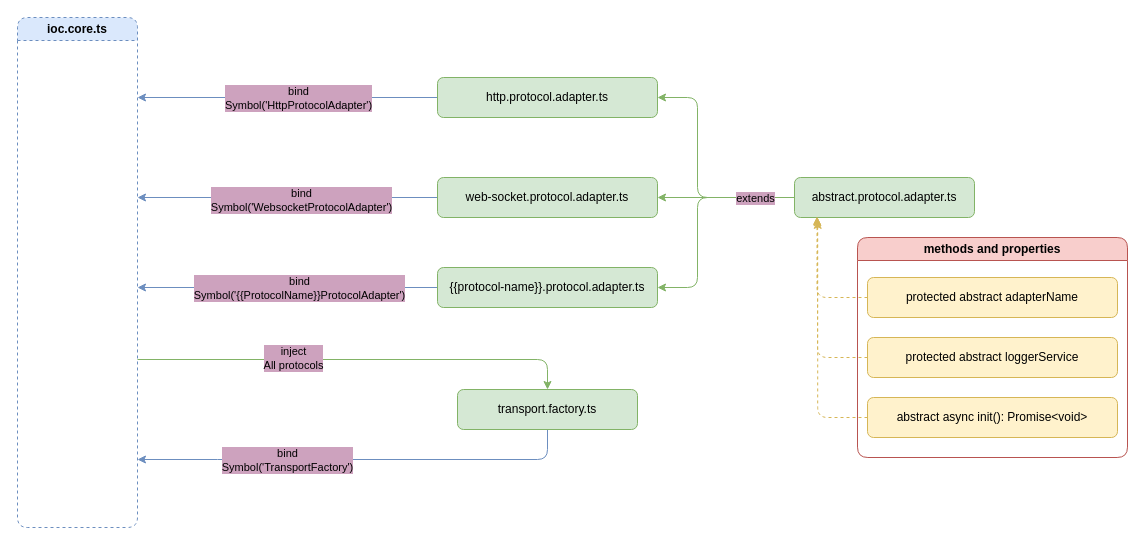
Before: documentation/server-platform/drawio/factories/transport.factory.drawio in Avelate/avelate-documentation, a draw.io diagram. Source tidied: cells renumbered, new cells numbered last; positions are measured from the earlier drawing's top-left corner, leaving out a move shared by most shapes. Both pictures are drawn from the tidied source at 100%, with x=0, y=0 at pixel (17, 17).
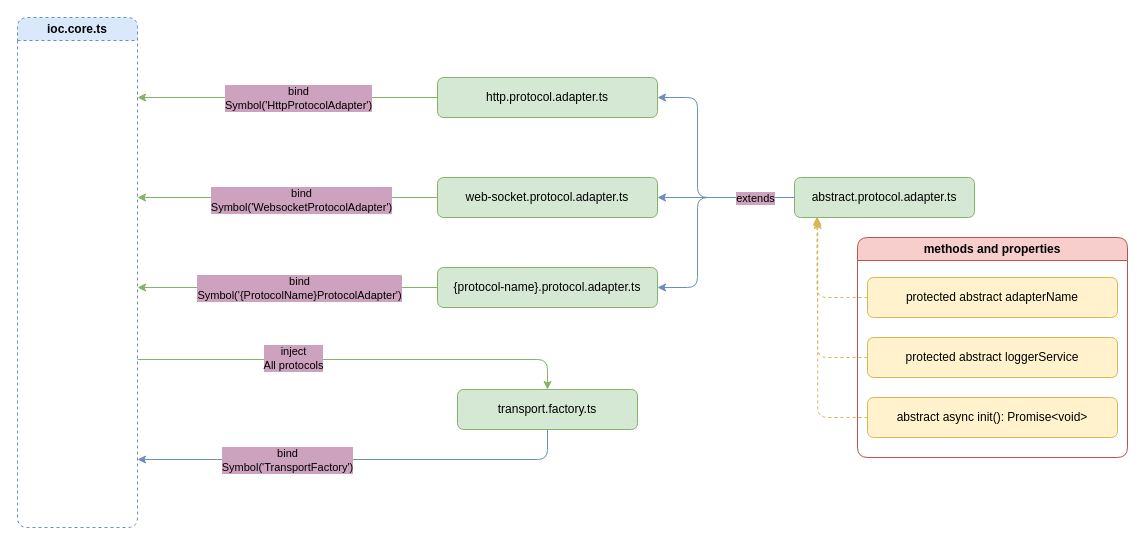
The same diagram, later.

Unchanged cells that the change refers to:
```xml
<mxCell id="5" value="http.protocol.adapter.ts" style="rounded=1;whiteSpace=wrap;html=1;fillColor=#d5e8d4;strokeColor=#82b366;" parent="1" vertex="1">
  <mxGeometry x="420" y="60" width="220" height="40" as="geometry" />
</mxCell>
<mxCell id="7" value="web-socket.protocol.adapter.ts" style="rounded=1;whiteSpace=wrap;html=1;fillColor=#d5e8d4;strokeColor=#82b366;" parent="1" vertex="1">
  <mxGeometry x="420" y="160" width="220" height="40" as="geometry" />
</mxCell>
<mxCell id="16" value="abstract.protocol.adapter.ts" style="rounded=1;whiteSpace=wrap;html=1;fillColor=#d5e8d4;strokeColor=#82b366;" parent="1" vertex="1">
  <mxGeometry x="777" y="160" width="180" height="40" as="geometry" />
</mxCell>
```

Diff of the diagram source:
```diff
@@
-    <mxCell id="3" style="edgeStyle=orthogonalEdgeStyle;rounded=0;jettySize=auto;html=1;fillColor=#dae8fc;strokeColor=#6c8ebf;" parent="1" edge="1" source="5">
+    <mxCell id="3" style="edgeStyle=orthogonalEdgeStyle;rounded=0;jettySize=auto;html=1;fillColor=#d5e8d4;strokeColor=#82b366;" parent="1" edge="1" source="5">
       <mxGeometry relative="1" as="geometry">
         <mxPoint x="120" y="80" as="targetPoint" />
       </mxGeometry>
     </mxCell>
@@
-    <mxCell id="6" style="edgeStyle=orthogonalEdgeStyle;rounded=0;jettySize=auto;html=1;exitX=0;exitY=0.5;exitDx=0;exitDy=0;fillColor=#dae8fc;strokeColor=#6c8ebf;" parent="1" edge="1" source="7">
+    <mxCell id="6" style="edgeStyle=orthogonalEdgeStyle;rounded=0;jettySize=auto;html=1;exitX=0;exitY=0.5;exitDx=0;exitDy=0;fillColor=#d5e8d4;strokeColor=#82b366;" parent="1" edge="1" source="7">
       <mxGeometry relative="1" as="geometry">
         <mxPoint x="120" y="180" as="targetPoint" />
       </mxGeometry>
     </mxCell>
@@
-    <mxCell id="8" style="edgeStyle=orthogonalEdgeStyle;rounded=0;jettySize=auto;html=1;fillColor=#dae8fc;strokeColor=#6c8ebf;" parent="1" edge="1" source="10">
+    <mxCell id="8" style="edgeStyle=orthogonalEdgeStyle;rounded=0;jettySize=auto;html=1;fillColor=#d5e8d4;strokeColor=#82b366;" parent="1" edge="1" source="10">
       <mxGeometry relative="1" as="geometry">
         <mxPoint x="120" y="270" as="targetPoint" />
         <Array as="points">
           <mxPoint x="350" y="270" />
           <mxPoint x="350" y="270" />
         </Array>
       </mxGeometry>
     </mxCell>
-    <mxCell id="9" value="bind&lt;br&gt;Symbol('{{ProtocolName}}ProtocolAdapter')" style="edgeLabel;html=1;align=center;verticalAlign=middle;labelBackgroundColor=#CDA2BE;" parent="8" vertex="1">
+    <mxCell id="9" value="bind&lt;br&gt;Symbol('{ProtocolName}ProtocolAdapter')" style="edgeLabel;html=1;align=center;verticalAlign=middle;labelBackgroundColor=#CDA2BE;" parent="8" vertex="1">
       <mxGeometry x="0.08" y="-2" relative="1" as="geometry">
         <mxPoint x="23" y="2" as="offset" />
       </mxGeometry>
     </mxCell>
-    <mxCell id="10" value="{{protocol-name}}.protocol.adapter.ts" style="rounded=1;whiteSpace=wrap;html=1;fillColor=#d5e8d4;strokeColor=#82b366;" parent="1" vertex="1">
+    <mxCell id="10" value="{protocol-name}.protocol.adapter.ts" style="rounded=1;whiteSpace=wrap;html=1;fillColor=#d5e8d4;strokeColor=#82b366;" parent="1" vertex="1">
       <mxGeometry x="420" y="250" width="220" height="40" as="geometry" />
     </mxCell>
@@
-    <mxCell id="12" style="edgeStyle=orthogonalEdgeStyle;rounded=1;jettySize=auto;html=1;entryX=1;entryY=0.5;entryDx=0;entryDy=0;fillColor=#d5e8d4;strokeColor=#82b366;" parent="1" edge="1" source="16" target="5">
+    <mxCell id="12" style="edgeStyle=orthogonalEdgeStyle;rounded=1;jettySize=auto;html=1;entryX=1;entryY=0.5;entryDx=0;entryDy=0;fillColor=#dae8fc;strokeColor=#6c8ebf;" parent="1" edge="1" source="16" target="5">
       <mxGeometry relative="1" as="geometry">
         <Array as="points">
           <mxPoint x="680" y="180" />
           <mxPoint x="680" y="80" />
         </Array>
       </mxGeometry>
     </mxCell>
-    <mxCell id="13" style="edgeStyle=orthogonalEdgeStyle;rounded=1;jettySize=auto;html=1;entryX=1;entryY=0.5;entryDx=0;entryDy=0;fillColor=#d5e8d4;strokeColor=#82b366;" parent="1" edge="1" source="16" target="7">
+    <mxCell id="13" style="edgeStyle=orthogonalEdgeStyle;rounded=1;jettySize=auto;html=1;entryX=1;entryY=0.5;entryDx=0;entryDy=0;fillColor=#dae8fc;strokeColor=#6c8ebf;" parent="1" edge="1" source="16" target="7">
       <mxGeometry relative="1" as="geometry" />
     </mxCell>
-    <mxCell id="14" style="edgeStyle=orthogonalEdgeStyle;rounded=1;jettySize=auto;html=1;entryX=1;entryY=0.5;entryDx=0;entryDy=0;fillColor=#d5e8d4;strokeColor=#82b366;" parent="1" edge="1" source="16" target="10">
+    <mxCell id="14" style="edgeStyle=orthogonalEdgeStyle;rounded=1;jettySize=auto;html=1;entryX=1;entryY=0.5;entryDx=0;entryDy=0;fillColor=#dae8fc;strokeColor=#6c8ebf;" parent="1" edge="1" source="16" target="10">
       <mxGeometry relative="1" as="geometry">
         <Array as="points">
           <mxPoint x="680" y="180" />
           <mxPoint x="680" y="270" />
         </Array>
       </mxGeometry>
     </mxCell>
```
